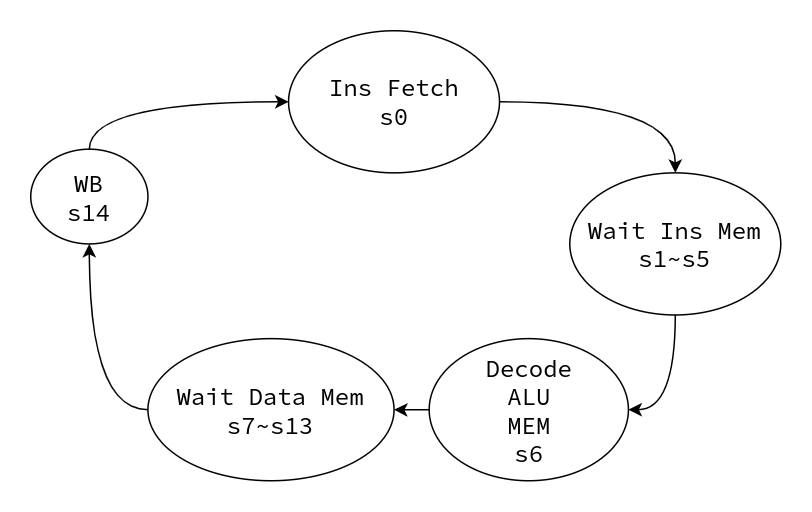
Above: hw3/CPU FSM.png in GWFrank/CA-2021 (draw.io), before the change. Source tidied: cells renumbered, new cells last; positions are measured from the earlier drawing's top-left corner, leaving out a move shared by most shapes.
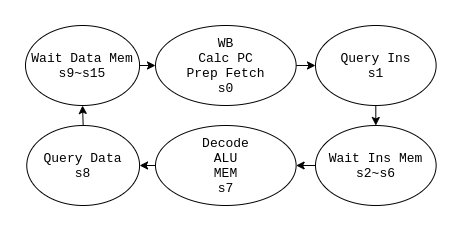
Later version of the same file.

Diff of the diagram source:
```diff
@@ -1,55 +1,42 @@
-<mxGraphModel>
+<mxGraphModel background="#FFFFFF">
   <root>
     <mxCell id="0" />
     <mxCell id="1" parent="0" />
-    <mxCell id="2" style="group;" parent="1" vertex="1">
-      <mxGeometry width="500" height="300" as="geometry" />
-    </mxCell>
+    <mxCell id="13" style="edgeStyle=none;html=1;entryX=0;entryY=0.5;entryDx=0;entryDy=0;fontSize=13;" parent="1" edge="1" source="3" target="17">
+      <mxGeometry relative="1" as="geometry" />
+    </mxCell>
-    <mxCell id="3" value="&lt;font style=&quot;font-size: 16px;&quot;&gt;Ins Fetch&lt;br style=&quot;font-size: 16px;&quot;&gt;s0&lt;/font&gt;" style="ellipse;whiteSpace=wrap;html=1;fontFamily=Source Code Pro;fontSource=https%3A%2F%2Ffonts.googleapis.com%2Fcss%3Ffamily%3DSource%2BCode%2BPro;fontSize=16;" parent="2" vertex="1">
-      <mxGeometry x="171.9" width="140.6" height="94.7" as="geometry" />
+    <mxCell id="3" value="&lt;font style=&quot;font-size: 13px&quot;&gt;WB&lt;br&gt;Calc PC&lt;br&gt;Prep Fetch&lt;br style=&quot;font-size: 13px&quot;&gt;s0&lt;/font&gt;" style="ellipse;whiteSpace=wrap;html=1;fontFamily=Courier New;fontSize=13;" parent="1" vertex="1">
+      <mxGeometry x="140" y="20" width="140.6" height="80" as="geometry" />
     </mxCell>
-    <mxCell id="4" style="curved=1;endArrow=classic;html=1;rounded=0;edgeStyle=orthogonalEdgeStyle;exitX=1;exitY=0.5;exitDx=0;exitDy=0;entryX=0.5;entryY=0;entryDx=0;entryDy=0;fontSize=16;" parent="2" edge="1" source="3" target="7">
-      <mxGeometry as="geometry">
-        <Array as="points">
-          <mxPoint x="429.7" y="47.4" />
-        </Array>
-      </mxGeometry>
-    </mxCell>
+    <mxCell id="14" style="edgeStyle=none;html=1;exitX=0;exitY=0.5;exitDx=0;exitDy=0;entryX=1;entryY=0.5;entryDx=0;entryDy=0;fontSize=13;" parent="1" edge="1" source="5" target="19">
+      <mxGeometry relative="1" as="geometry" />
+    </mxCell>
-    <mxCell id="5" value="&lt;font style=&quot;font-size: 16px;&quot;&gt;Decode&lt;br style=&quot;font-size: 16px;&quot;&gt;ALU&lt;br style=&quot;font-size: 16px;&quot;&gt;MEM&lt;br style=&quot;font-size: 16px;&quot;&gt;s6&lt;/font&gt;" style="ellipse;whiteSpace=wrap;html=1;fontFamily=Source Code Pro;fontSource=https%3A%2F%2Ffonts.googleapis.com%2Fcss%3Ffamily%3DSource%2BCode%2BPro;fontSize=16;" parent="2" vertex="1">
-      <mxGeometry x="265.6" y="205.3" width="132.8" height="94.7" as="geometry" />
+    <mxCell id="5" value="&lt;font style=&quot;font-size: 13px&quot;&gt;Decode&lt;br style=&quot;font-size: 13px&quot;&gt;ALU&lt;br style=&quot;font-size: 13px&quot;&gt;MEM&lt;br style=&quot;font-size: 13px&quot;&gt;s7&lt;/font&gt;" style="ellipse;whiteSpace=wrap;html=1;fontFamily=Courier New;fontSize=13;" parent="1" vertex="1">
+      <mxGeometry x="140" y="120" width="140.6" height="80" as="geometry" />
     </mxCell>
-    <mxCell id="6" style="curved=1;endArrow=classic;html=1;rounded=0;fontFamily=Roboto Mono;fontSource=https%3A%2F%2Ffonts.googleapis.com%2Fcss%3Ffamily%3DRoboto%2BMono;fontSize=16;edgeStyle=orthogonalEdgeStyle;exitX=0.5;exitY=1;exitDx=0;exitDy=0;entryX=1;entryY=0.5;entryDx=0;entryDy=0;" parent="2" edge="1" source="7" target="5">
-      <mxGeometry as="geometry">
-        <Array as="points">
-          <mxPoint x="429.7" y="252.6" />
-        </Array>
-      </mxGeometry>
+    <mxCell id="6" style="edgeStyle=none;html=1;exitX=0;exitY=0.5;exitDx=0;exitDy=0;entryX=1;entryY=0.5;entryDx=0;entryDy=0;fontSize=13;" parent="1" edge="1" source="7" target="5">
+      <mxGeometry relative="1" as="geometry" />
     </mxCell>
-    <mxCell id="7" value="Wait Ins Mem&lt;br style=&quot;font-size: 16px;&quot;&gt;s1~s5" style="ellipse;whiteSpace=wrap;html=1;fontFamily=Source Code Pro;fontSource=https%3A%2F%2Ffonts.googleapis.com%2Fcss%3Ffamily%3DSource%2BCode%2BPro;fontSize=16;" parent="2" vertex="1">
-      <mxGeometry x="359.4" y="94.7" width="140.6" height="94.7" as="geometry" />
+    <mxCell id="7" value="Wait Ins Mem&lt;br style=&quot;font-size: 13px&quot;&gt;s2~s6" style="ellipse;whiteSpace=wrap;html=1;fontFamily=Courier New;fontSize=13;" parent="1" vertex="1">
+      <mxGeometry x="300" y="120" width="120.6" height="80" as="geometry" />
     </mxCell>
+    <mxCell id="15" style="edgeStyle=none;html=1;entryX=0;entryY=0.5;entryDx=0;entryDy=0;fontSize=13;" parent="1" edge="1" source="8" target="3">
+      <mxGeometry relative="1" as="geometry" />
+    </mxCell>
-    <mxCell id="8" value="Wait Data Mem&lt;br style=&quot;font-size: 16px;&quot;&gt;s7~s13" style="ellipse;whiteSpace=wrap;html=1;fontFamily=Source Code Pro;fontSource=https%3A%2F%2Ffonts.googleapis.com%2Fcss%3Ffamily%3DSource%2BCode%2BPro;fontSize=16;" parent="2" vertex="1">
-      <mxGeometry x="78.1" y="205.3" width="164.1" height="94.7" as="geometry" />
+    <mxCell id="8" value="Wait Data Mem&lt;br style=&quot;font-size: 13px&quot;&gt;s9~s15" style="ellipse;whiteSpace=wrap;html=1;fontFamily=Courier New;fontSize=13;" parent="1" vertex="1">
+      <mxGeometry x="10" y="20" width="114.1" height="80" as="geometry" />
     </mxCell>
-    <mxCell id="9" style="edgeStyle=orthogonalEdgeStyle;rounded=0;jettySize=auto;html=1;entryX=1;entryY=0.5;entryDx=0;entryDy=0;fontFamily=Roboto Mono;fontSource=https%3A%2F%2Ffonts.googleapis.com%2Fcss%3Ffamily%3DRoboto%2BMono;fontSize=16;" parent="2" edge="1" source="5" target="8">
-      <mxGeometry as="geometry" />
-    </mxCell>
-    <mxCell id="10" value="WB&lt;br style=&quot;font-size: 16px;&quot;&gt;s14" style="ellipse;whiteSpace=wrap;html=1;fontFamily=Source Code Pro;fontSource=https%3A%2F%2Ffonts.googleapis.com%2Fcss%3Ffamily%3DSource%2BCode%2BPro;fontSize=16;" parent="2" vertex="1">
-      <mxGeometry y="78.9" width="78.1" height="63.2" as="geometry" />
-    </mxCell>
-    <mxCell id="11" style="curved=1;endArrow=classic;html=1;rounded=0;fontFamily=Roboto Mono;fontSource=https%3A%2F%2Ffonts.googleapis.com%2Fcss%3Ffamily%3DRoboto%2BMono;fontSize=16;edgeStyle=orthogonalEdgeStyle;exitX=0;exitY=0.5;exitDx=0;exitDy=0;entryX=0.5;entryY=1;entryDx=0;entryDy=0;" parent="2" edge="1" source="8" target="10">
-      <mxGeometry as="geometry">
-        <Array as="points">
-          <mxPoint x="39.1" y="252.6" />
-        </Array>
-      </mxGeometry>
-    </mxCell>
-    <mxCell id="12" style="curved=1;endArrow=classic;html=1;rounded=0;fontFamily=Roboto Mono;fontSource=https%3A%2F%2Ffonts.googleapis.com%2Fcss%3Ffamily%3DRoboto%2BMono;fontSize=16;edgeStyle=orthogonalEdgeStyle;exitX=0.5;exitY=0;exitDx=0;exitDy=0;entryX=0;entryY=0.5;entryDx=0;entryDy=0;" parent="2" edge="1" source="10" target="3">
-      <mxGeometry as="geometry">
-        <Array as="points">
-          <mxPoint x="39.1" y="47.4" />
-        </Array>
-      </mxGeometry>
-    </mxCell>
+    <mxCell id="16" style="edgeStyle=none;html=1;exitX=0.5;exitY=1;exitDx=0;exitDy=0;entryX=0.5;entryY=0;entryDx=0;entryDy=0;fontSize=13;" parent="1" edge="1" source="17" target="7">
+      <mxGeometry relative="1" as="geometry" />
+    </mxCell>
+    <mxCell id="17" value="&lt;font style=&quot;font-size: 13px&quot;&gt;Query Ins&lt;br style=&quot;font-size: 13px&quot;&gt;s1&lt;/font&gt;" style="ellipse;whiteSpace=wrap;html=1;fontFamily=Courier New;fontSize=13;" parent="1" vertex="1">
+      <mxGeometry x="300" y="20" width="120.6" height="80" as="geometry" />
+    </mxCell>
+    <mxCell id="18" style="edgeStyle=none;html=1;entryX=0.5;entryY=1;entryDx=0;entryDy=0;fontSize=13;" parent="1" edge="1" source="19" target="8">
+      <mxGeometry relative="1" as="geometry" />
+    </mxCell>
+    <mxCell id="19" value="Query Data&lt;br&gt;s8" style="ellipse;whiteSpace=wrap;html=1;fontFamily=Courier New;fontSize=13;" parent="1" vertex="1">
+      <mxGeometry x="11.3" y="120" width="112.8" height="80" as="geometry" />
+    </mxCell>
   </root>
 </mxGraphModel>
```
